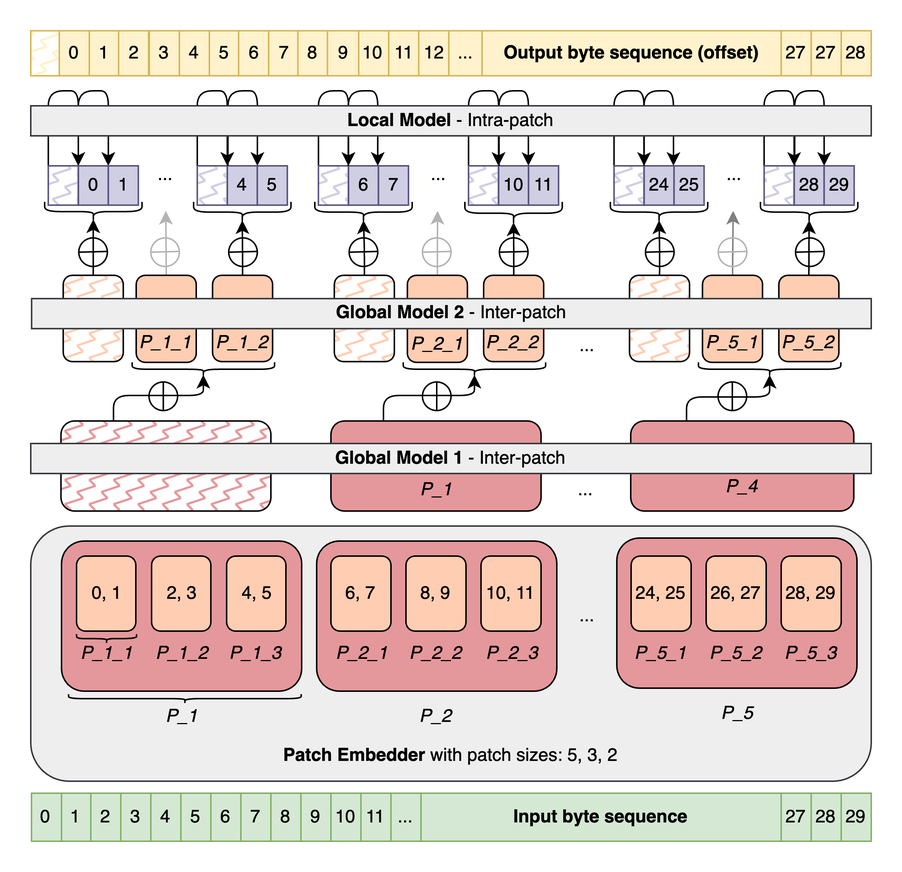
ai4sd/multiscale-byte-lm keeps this draw.io diagram as assets/mblm-lg.png. Above is the earlier version. Source tidied: cells renumbered, new cells last; positions are measured from the earlier drawing's top-left corner, leaving out a move shared by most shapes.
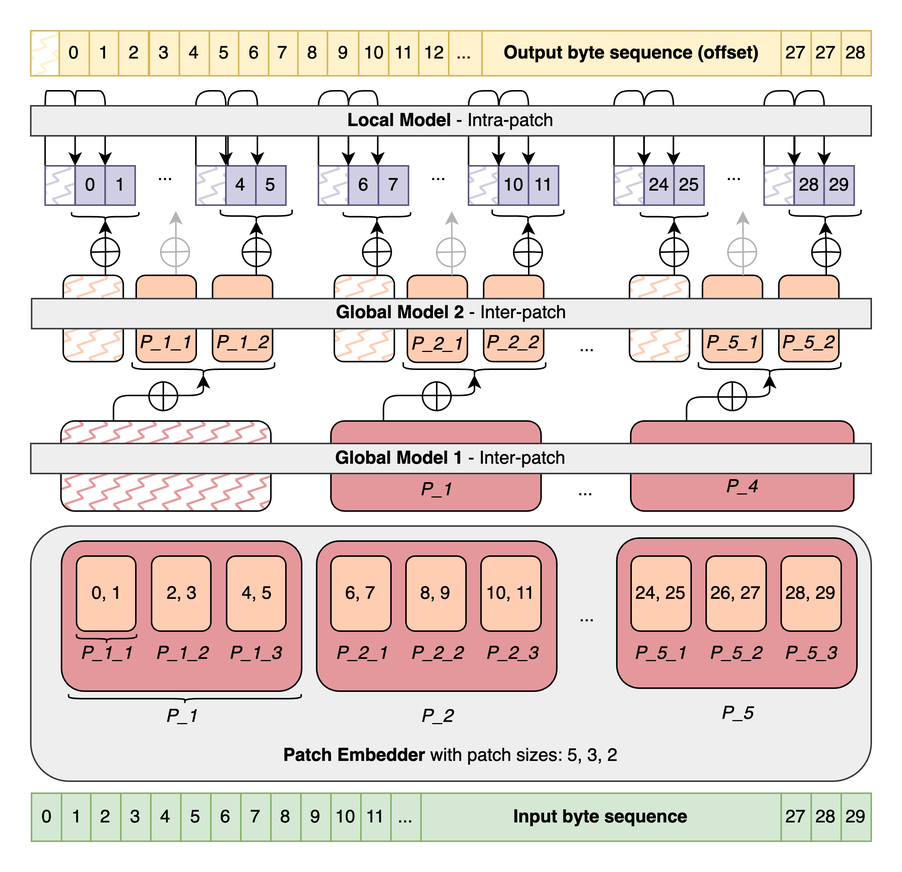
The same file after the commit.

The edit, as a diff of the source:
```diff
@@ -97,3 +97,3 @@
     </mxCell>
-    <mxCell id="28" style="edgeStyle=orthogonalEdgeStyle;html=1;exitX=0.5;exitY=0;exitDx=0;exitDy=0;entryX=0.1;entryY=0.5;entryDx=0;entryDy=0;entryPerimeter=0;strokeColor=#000000;" parent="1" edge="1" source="29" target="102">
+    <mxCell id="28" style="edgeStyle=orthogonalEdgeStyle;html=1;entryX=0.1;entryY=0.5;entryDx=0;entryDy=0;entryPerimeter=0;strokeColor=#000000;exitX=0.703;exitY=0.004;exitDx=0;exitDy=0;exitPerimeter=0;" parent="1" edge="1" source="29" target="102">
       <mxGeometry relative="1" as="geometry" />
@@ -103,3 +103,3 @@
     </mxCell>
-    <mxCell id="30" style="edgeStyle=orthogonalEdgeStyle;html=1;exitX=0.5;exitY=0;exitDx=0;exitDy=0;entryX=0.1;entryY=0.5;entryDx=0;entryDy=0;entryPerimeter=0;strokeColor=#000000;" parent="1" edge="1" source="31" target="103">
+    <mxCell id="30" style="edgeStyle=orthogonalEdgeStyle;html=1;exitX=0.728;exitY=0.001;exitDx=0;exitDy=0;entryX=0.1;entryY=0.5;entryDx=0;entryDy=0;entryPerimeter=0;strokeColor=#000000;exitPerimeter=0;" parent="1" edge="1" source="31" target="103">
       <mxGeometry relative="1" as="geometry" />
@@ -109,5 +109,5 @@
     </mxCell>
-    <mxCell id="32" style="edgeStyle=none;html=1;exitX=0.5;exitY=0;exitDx=0;exitDy=0;strokeColor=#B3B3B3;" parent="1" edge="1" source="33">
+    <mxCell id="32" style="edgeStyle=none;html=1;exitX=0.664;exitY=-0.002;exitDx=0;exitDy=0;strokeColor=#B3B3B3;exitPerimeter=0;" parent="1" edge="1" source="33">
       <mxGeometry relative="1" as="geometry">
-        <mxPoint x="90" y="120" as="targetPoint" />
+        <mxPoint x="96.6" y="120" as="targetPoint" />
       </mxGeometry>
@@ -210,5 +210,2 @@
     </mxCell>
-    <mxCell id="65" style="edgeStyle=orthogonalEdgeStyle;html=1;exitX=0.5;exitY=0;exitDx=0;exitDy=0;entryX=0.1;entryY=0.5;entryDx=0;entryDy=0;entryPerimeter=0;strokeColor=#000000;" parent="1" edge="1" source="66" target="122">
-      <mxGeometry relative="1" as="geometry" />
-    </mxCell>
     <mxCell id="66" style="rounded=1;whiteSpace=wrap;html=1;fillColor=#ffcdb2;strokeColor=#000000;fontColor=#000000;gradientColor=none;gradientDirection=west;fillStyle=zigzag-line;" parent="1" vertex="1">
@@ -216,5 +213,2 @@
     </mxCell>
-    <mxCell id="67" style="edgeStyle=orthogonalEdgeStyle;html=1;exitX=0.5;exitY=0;exitDx=0;exitDy=0;entryX=0.1;entryY=0.5;entryDx=0;entryDy=0;entryPerimeter=0;strokeColor=#000000;" parent="1" edge="1" source="68" target="123">
-      <mxGeometry relative="1" as="geometry" />
-    </mxCell>
     <mxCell id="68" style="rounded=1;whiteSpace=wrap;html=1;fillColor=#ffcdb2;strokeColor=#000000;fontColor=#000000;" parent="1" vertex="1">
@@ -222,7 +216,2 @@
     </mxCell>
-    <mxCell id="69" style="edgeStyle=none;html=1;exitX=0.5;exitY=0;exitDx=0;exitDy=0;strokeColor=#B3B3B3;" parent="1" edge="1" source="70">
-      <mxGeometry relative="1" as="geometry">
-        <mxPoint x="271" y="120" as="targetPoint" />
-      </mxGeometry>
-    </mxCell>
     <mxCell id="70" style="rounded=1;whiteSpace=wrap;html=1;fillColor=#ffcdb2;strokeColor=#000000;fontColor=#000000;" parent="1" vertex="1">
@@ -239,5 +228,2 @@
     </mxCell>
-    <mxCell id="74" style="edgeStyle=orthogonalEdgeStyle;html=1;exitX=0.5;exitY=0;exitDx=0;exitDy=0;entryX=0.1;entryY=0.5;entryDx=0;entryDy=0;entryPerimeter=0;strokeColor=#000000;" parent="1" edge="1" source="75" target="124">
-      <mxGeometry relative="1" as="geometry" />
-    </mxCell>
     <mxCell id="75" style="rounded=1;whiteSpace=wrap;html=1;fillColor=#ffcdb2;strokeColor=#000000;fontColor=#000000;gradientColor=none;gradientDirection=west;fillStyle=zigzag-line;" parent="1" vertex="1">
@@ -245,5 +231,2 @@
     </mxCell>
-    <mxCell id="76" style="edgeStyle=orthogonalEdgeStyle;html=1;exitX=0.5;exitY=0;exitDx=0;exitDy=0;entryX=0.1;entryY=0.5;entryDx=0;entryDy=0;entryPerimeter=0;strokeColor=#000000;" parent="1" edge="1" source="77" target="125">
-      <mxGeometry relative="1" as="geometry" />
-    </mxCell>
     <mxCell id="77" style="rounded=1;whiteSpace=wrap;html=1;fillColor=#ffcdb2;strokeColor=#000000;fontColor=#000000;" parent="1" vertex="1">
@@ -251,7 +234,2 @@
     </mxCell>
-    <mxCell id="78" style="edgeStyle=none;html=1;exitX=0.5;exitY=0;exitDx=0;exitDy=0;strokeColor=#808080;" parent="1" edge="1" source="79">
-      <mxGeometry relative="1" as="geometry">
-        <mxPoint x="468" y="120" as="targetPoint" />
-      </mxGeometry>
-    </mxCell>
     <mxCell id="79" style="rounded=1;whiteSpace=wrap;html=1;fillColor=#ffcdb2;strokeColor=#000000;fontColor=#000000;" parent="1" vertex="1">
@@ -310,6 +288,6 @@
     <mxCell id="91" value="0" style="rounded=0;whiteSpace=wrap;html=1;fillColor=#d0cee2;strokeColor=#56517e;fontColor=#000000;" parent="1" vertex="1">
-      <mxGeometry x="31.7" y="90" width="20" height="26.2" as="geometry" />
+      <mxGeometry x="29.6" y="90" width="20" height="26.2" as="geometry" />
     </mxCell>
     <mxCell id="92" value="1" style="rounded=0;whiteSpace=wrap;html=1;fillColor=#d0cee2;strokeColor=#56517e;fontColor=#000000;" parent="1" vertex="1">
-      <mxGeometry x="51.7" y="90" width="20" height="26.2" as="geometry" />
+      <mxGeometry x="49.6" y="90" width="20" height="26.2" as="geometry" />
     </mxCell>
@@ -324,9 +302,9 @@
     <mxCell id="94" style="rounded=0;whiteSpace=wrap;html=1;fillColor=#d0cee2;strokeColor=#56517e;fillStyle=zigzag-line;fontColor=#000000;" parent="1" vertex="1">
-      <mxGeometry x="11.7" y="90" width="20" height="26.2" as="geometry" />
+      <mxGeometry x="9.6" y="90" width="20" height="26.2" as="geometry" />
     </mxCell>
     <mxCell id="95" value="4" style="rounded=0;whiteSpace=wrap;html=1;fillColor=#d0cee2;strokeColor=#56517e;fontColor=#000000;" parent="1" vertex="1">
-      <mxGeometry x="130.9" y="90" width="20" height="26.2" as="geometry" />
+      <mxGeometry x="130" y="90" width="20" height="26.2" as="geometry" />
     </mxCell>
     <mxCell id="96" value="5" style="rounded=0;whiteSpace=wrap;html=1;fillColor=#d0cee2;strokeColor=#56517e;fontColor=#000000;" parent="1" vertex="1">
-      <mxGeometry x="150.9" y="90" width="20" height="26.2" as="geometry" />
+      <mxGeometry x="150" y="90" width="20" height="26.2" as="geometry" />
     </mxCell>
@@ -341,3 +319,3 @@
     <mxCell id="98" style="rounded=0;whiteSpace=wrap;html=1;fillColor=#d0cee2;strokeColor=#56517e;fillStyle=zigzag-line;fontColor=#000000;" parent="1" vertex="1">
-      <mxGeometry x="110.9" y="90" width="20" height="26.2" as="geometry" />
+      <mxGeometry x="110" y="90" width="20" height="26.2" as="geometry" />
     </mxCell>
@@ -346,17 +324,7 @@
     </mxCell>
-    <mxCell id="100" style="ellipse;whiteSpace=wrap;html=1;rounded=1;sketch=0;fillColor=none;strokeColor=#000000;" parent="1" vertex="1">
-      <mxGeometry x="32" y="138" width="19" height="19" as="geometry" />
-    </mxCell>
-    <mxCell id="101" style="endArrow=none;html=1;strokeColor=#000000;entryX=1;entryY=0.5;entryDx=0;entryDy=0;exitX=0;exitY=0.5;exitDx=0;exitDy=0;" parent="1" edge="1" source="100" target="100">
-      <mxGeometry relative="1" as="geometry">
-        <Array as="points">
-          <mxPoint x="51" y="147" />
-        </Array>
-      </mxGeometry>
-    </mxCell>
     <mxCell id="102" style="shape=curlyBracket;whiteSpace=wrap;html=1;rounded=1;flipH=1;labelPosition=right;verticalLabelPosition=middle;align=left;verticalAlign=middle;fontColor=#000000;strokeColor=#000000;rotation=90;" parent="1" vertex="1">
-      <mxGeometry x="35.2" y="88" width="13" height="64.9" as="geometry" />
+      <mxGeometry x="46.6" y="101.5" width="6.1" height="44.8" as="geometry" />
     </mxCell>
     <mxCell id="103" style="shape=curlyBracket;whiteSpace=wrap;html=1;rounded=1;flipH=1;labelPosition=right;verticalLabelPosition=middle;align=left;verticalAlign=middle;fontColor=#000000;strokeColor=#000000;rotation=90;" parent="1" vertex="1">
-      <mxGeometry x="134.1" y="88.4" width="13.7" height="64.9" as="geometry" />
+      <mxGeometry x="146" y="99.5" width="8.5" height="47.8" as="geometry" />
     </mxCell>
@@ -436,14 +404,2 @@
     </mxCell>
-    <mxCell id="122" style="shape=curlyBracket;whiteSpace=wrap;html=1;rounded=1;flipH=1;labelPosition=right;verticalLabelPosition=middle;align=left;verticalAlign=middle;fontColor=#000000;strokeColor=#000000;rotation=90;" parent="1" vertex="1">
-      <mxGeometry x="214.8" y="88.4" width="13.7" height="64.9" as="geometry" />
-    </mxCell>
-    <mxCell id="123" style="shape=curlyBracket;whiteSpace=wrap;html=1;rounded=1;flipH=1;labelPosition=right;verticalLabelPosition=middle;align=left;verticalAlign=middle;fontColor=#000000;strokeColor=#000000;rotation=90;" parent="1" vertex="1">
-      <mxGeometry x="314.1" y="89.1" width="15.2" height="64.9" as="geometry" />
-    </mxCell>
-    <mxCell id="124" style="shape=curlyBracket;whiteSpace=wrap;html=1;rounded=1;flipH=1;labelPosition=right;verticalLabelPosition=middle;align=left;verticalAlign=middle;fontColor=#000000;strokeColor=#000000;rotation=90;" parent="1" vertex="1">
-      <mxGeometry x="411.8" y="88.4" width="13.7" height="64.9" as="geometry" />
-    </mxCell>
-    <mxCell id="125" style="shape=curlyBracket;whiteSpace=wrap;html=1;rounded=1;flipH=1;labelPosition=right;verticalLabelPosition=middle;align=left;verticalAlign=middle;fontColor=#000000;strokeColor=#000000;rotation=90;" parent="1" vertex="1">
-      <mxGeometry x="511.8" y="88.4" width="13.7" height="64.9" as="geometry" />
-    </mxCell>
     <mxCell id="126" value="0" style="rounded=0;whiteSpace=wrap;html=1;fillColor=#fff2cc;strokeColor=#d6b656;fontColor=#000000;" parent="1" vertex="1">
@@ -512,3 +468,3 @@
     <mxCell id="147" style="ellipse;whiteSpace=wrap;html=1;rounded=1;sketch=0;fillColor=none;strokeColor=#B3B3B3;" parent="1" vertex="1">
-      <mxGeometry x="80" y="138" width="19" height="19" as="geometry" />
+      <mxGeometry x="86.6" y="138" width="19" height="19" as="geometry" />
     </mxCell>
@@ -517,3 +473,3 @@
         <Array as="points">
-          <mxPoint x="98.9" y="147" />
+          <mxPoint x="105.6" y="147" />
         </Array>
@@ -528,3 +484,3 @@
     <mxCell id="151" style="ellipse;whiteSpace=wrap;html=1;rounded=1;sketch=0;fillColor=none;strokeColor=#000000;" parent="1" vertex="1">
-      <mxGeometry x="131.9" y="138" width="19" height="19" as="geometry" />
+      <mxGeometry x="141" y="138" width="19" height="19" as="geometry" />
     </mxCell>
@@ -533,3 +489,3 @@
         <Array as="points">
-          <mxPoint x="150.9" y="147" />
+          <mxPoint x="149.9" y="147" />
         </Array>
@@ -537,62 +493,2 @@
     </mxCell>
-    <mxCell id="153" style="ellipse;whiteSpace=wrap;html=1;rounded=1;sketch=0;fillColor=none;strokeColor=#B3B3B3;" parent="1" vertex="1">
-      <mxGeometry x="261" y="138" width="19" height="19" as="geometry" />
-    </mxCell>
-    <mxCell id="154" style="endArrow=none;html=1;strokeColor=#B3B3B3;entryX=1;entryY=0.5;entryDx=0;entryDy=0;exitX=0;exitY=0.5;exitDx=0;exitDy=0;" parent="1" edge="1" source="153" target="153">
-      <mxGeometry relative="1" as="geometry">
-        <Array as="points">
-          <mxPoint x="279.9" y="147" />
-        </Array>
-      </mxGeometry>
-    </mxCell>
-    <mxCell id="155" style="ellipse;whiteSpace=wrap;html=1;rounded=1;sketch=0;fillColor=none;strokeColor=#B3B3B3;" parent="1" vertex="1">
-      <mxGeometry x="458.1" y="138" width="19" height="19" as="geometry" />
-    </mxCell>
-    <mxCell id="156" style="endArrow=none;html=1;strokeColor=#B3B3B3;entryX=1;entryY=0.5;entryDx=0;entryDy=0;exitX=0;exitY=0.5;exitDx=0;exitDy=0;" parent="1" edge="1" source="155" target="155">
-      <mxGeometry relative="1" as="geometry">
-        <Array as="points">
-          <mxPoint x="477" y="147" />
-        </Array>
-      </mxGeometry>
-    </mxCell>
-    <mxCell id="157" style="ellipse;whiteSpace=wrap;html=1;rounded=1;sketch=0;fillColor=none;strokeColor=#000000;" parent="1" vertex="1">
-      <mxGeometry x="212.1" y="138" width="19" height="19" as="geometry" />
-    </mxCell>
-    <mxCell id="158" style="endArrow=none;html=1;strokeColor=#000000;entryX=1;entryY=0.5;entryDx=0;entryDy=0;exitX=0;exitY=0.5;exitDx=0;exitDy=0;" parent="1" edge="1" source="157" target="157">
-      <mxGeometry relative="1" as="geometry">
-        <Array as="points">
-          <mxPoint x="231.1" y="147" />
-        </Array>
-      </mxGeometry>
-    </mxCell>
-    <mxCell id="159" style="ellipse;whiteSpace=wrap;html=1;rounded=1;sketch=0;fillColor=none;strokeColor=#000000;" parent="1" vertex="1">
-      <mxGeometry x="312.3" y="138" width="19" height="19" as="geometry" />
-    </mxCell>
-    <mxCell id="160" style="endArrow=none;html=1;strokeColor=#000000;entryX=1;entryY=0.5;entryDx=0;entryDy=0;exitX=0;exitY=0.5;exitDx=0;exitDy=0;" parent="1" edge="1" source="159" target="159">
-      <mxGeometry relative="1" as="geometry">
-        <Array as="points">
-          <mxPoint x="331.2" y="147" />
-        </Array>
-      </mxGeometry>
-    </mxCell>
-    <mxCell id="161" style="ellipse;whiteSpace=wrap;html=1;rounded=1;sketch=0;fillColor=none;strokeColor=#000000;" parent="1" vertex="1">
-      <mxGeometry x="409.6" y="138" width="19" height="19" as="geometry" />
-    </mxCell>
-    <mxCell id="162" style="endArrow=none;html=1;strokeColor=#000000;entryX=1;entryY=0.5;entryDx=0;entryDy=0;exitX=0;exitY=0.5;exitDx=0;exitDy=0;" parent="1" edge="1" source="161" target="161">
-      <mxGeometry relative="1" as="geometry">
-        <Array as="points">
-          <mxPoint x="428.5" y="147" />
-        </Array>
-      </mxGeometry>
-    </mxCell>
-    <mxCell id="163" style="ellipse;whiteSpace=wrap;html=1;rounded=1;sketch=0;fillColor=none;strokeColor=#000000;" parent="1" vertex="1">
-      <mxGeometry x="509.6" y="138" width="19" height="19" as="geometry" />
-    </mxCell>
-    <mxCell id="164" style="endArrow=none;html=1;strokeColor=#000000;entryX=1;entryY=0.5;entryDx=0;entryDy=0;exitX=0;exitY=0.5;exitDx=0;exitDy=0;" parent="1" edge="1" source="163" target="163">
-      <mxGeometry relative="1" as="geometry">
-        <Array as="points">
-          <mxPoint x="528.5" y="147" />
-        </Array>
-      </mxGeometry>
-    </mxCell>
     <mxCell id="165" style="edgeStyle=orthogonalEdgeStyle;html=1;exitX=0;exitY=0;exitDx=0;exitDy=0;strokeColor=#000000;" parent="1" edge="1">
@@ -656,2 +552,114 @@
     </mxCell>
+    <mxCell id="173" style="ellipse;whiteSpace=wrap;html=1;rounded=1;sketch=0;fillColor=none;strokeColor=#000000;" parent="1" vertex="1">
+      <mxGeometry x="40.1" y="138" width="19" height="19" as="geometry" />
+    </mxCell>
+    <mxCell id="174" style="endArrow=none;html=1;strokeColor=#000000;entryX=1;entryY=0.5;entryDx=0;entryDy=0;exitX=0;exitY=0.5;exitDx=0;exitDy=0;" parent="1" edge="1" source="173" target="173">
+      <mxGeometry relative="1" as="geometry">
+        <Array as="points">
+          <mxPoint x="59" y="147" />
+        </Array>
+      </mxGeometry>
+    </mxCell>
+    <mxCell id="175" style="edgeStyle=orthogonalEdgeStyle;html=1;entryX=0.1;entryY=0.5;entryDx=0;entryDy=0;entryPerimeter=0;strokeColor=#000000;exitX=0.703;exitY=0.004;exitDx=0;exitDy=0;exitPerimeter=0;" parent="1" edge="1" target="177">
+      <mxGeometry relative="1" as="geometry">
+        <mxPoint x="230.8" y="163.2" as="sourcePoint" />
+      </mxGeometry>
+    </mxCell>
+    <mxCell id="176" style="edgeStyle=orthogonalEdgeStyle;html=1;exitX=0.75;exitY=0;exitDx=0;exitDy=0;entryX=0.1;entryY=0.5;entryDx=0;entryDy=0;entryPerimeter=0;strokeColor=#000000;" parent="1" edge="1" source="68" target="178">
+      <mxGeometry relative="1" as="geometry" />
+    </mxCell>
+    <mxCell id="177" style="shape=curlyBracket;whiteSpace=wrap;html=1;rounded=1;flipH=1;labelPosition=right;verticalLabelPosition=middle;align=left;verticalAlign=middle;fontColor=#000000;strokeColor=#000000;rotation=90;" parent="1" vertex="1">
+      <mxGeometry x="227.6" y="101.5" width="6.1" height="44.8" as="geometry" />
+    </mxCell>
+    <mxCell id="178" style="shape=curlyBracket;whiteSpace=wrap;html=1;rounded=1;flipH=1;labelPosition=right;verticalLabelPosition=middle;align=left;verticalAlign=middle;fontColor=#000000;strokeColor=#000000;rotation=90;" parent="1" vertex="1">
+      <mxGeometry x="327.1" y="99.5" width="8.5" height="47.8" as="geometry" />
+    </mxCell>
+    <mxCell id="179" style="ellipse;whiteSpace=wrap;html=1;rounded=1;sketch=0;fillColor=none;strokeColor=#000000;" parent="1" vertex="1">
+      <mxGeometry x="321.8" y="138.1" width="19" height="19" as="geometry" />
+    </mxCell>
+    <mxCell id="180" style="endArrow=none;html=1;strokeColor=#000000;entryX=1;entryY=0.5;entryDx=0;entryDy=0;exitX=0;exitY=0.5;exitDx=0;exitDy=0;" parent="1" edge="1" source="179" target="179">
+      <mxGeometry relative="1" as="geometry">
+        <Array as="points">
+          <mxPoint x="330.7" y="147.2" />
+        </Array>
+      </mxGeometry>
+    </mxCell>
+    <mxCell id="181" style="ellipse;whiteSpace=wrap;html=1;rounded=1;sketch=0;fillColor=none;strokeColor=#000000;" parent="1" vertex="1">
+      <mxGeometry x="221.1" y="138" width="19" height="19" as="geometry" />
+    </mxCell>
+    <mxCell id="182" style="endArrow=none;html=1;strokeColor=#000000;entryX=1;entryY=0.5;entryDx=0;entryDy=0;exitX=0;exitY=0.5;exitDx=0;exitDy=0;" parent="1" edge="1" source="181" target="181">
+      <mxGeometry relative="1" as="geometry">
+        <Array as="points">
+          <mxPoint x="240.1" y="147" />
+        </Array>
+      </mxGeometry>
+    </mxCell>
+    <mxCell id="183" style="edgeStyle=orthogonalEdgeStyle;html=1;entryX=0.1;entryY=0.5;entryDx=0;entryDy=0;entryPerimeter=0;strokeColor=#000000;exitX=0.703;exitY=0.004;exitDx=0;exitDy=0;exitPerimeter=0;" parent="1" edge="1" target="185">
+      <mxGeometry relative="1" as="geometry">
+        <mxPoint x="428.8" y="163.2" as="sourcePoint" />
+      </mxGeometry>
+    </mxCell>
+    <mxCell id="184" style="edgeStyle=orthogonalEdgeStyle;html=1;entryX=0.1;entryY=0.5;entryDx=0;entryDy=0;entryPerimeter=0;strokeColor=#000000;" parent="1" edge="1" target="186">
+      <mxGeometry relative="1" as="geometry">
+        <mxPoint x="530" y="163" as="sourcePoint" />
+      </mxGeometry>
+    </mxCell>
+    <mxCell id="185" style="shape=curlyBracket;whiteSpace=wrap;html=1;rounded=1;flipH=1;labelPosition=right;verticalLabelPosition=middle;align=left;verticalAlign=middle;fontColor=#000000;strokeColor=#000000;rotation=90;" parent="1" vertex="1">
+      <mxGeometry x="425.6" y="101.5" width="6.1" height="44.8" as="geometry" />
+    </mxCell>
+    <mxCell id="186" style="shape=curlyBracket;whiteSpace=wrap;html=1;rounded=1;flipH=1;labelPosition=right;verticalLabelPosition=middle;align=left;verticalAlign=middle;fontColor=#000000;strokeColor=#000000;rotation=90;" parent="1" vertex="1">
+      <mxGeometry x="525.1" y="99.5" width="8.5" height="47.8" as="geometry" />
+    </mxCell>
+    <mxCell id="187" style="ellipse;whiteSpace=wrap;html=1;rounded=1;sketch=0;fillColor=none;strokeColor=#000000;" parent="1" vertex="1">
+      <mxGeometry x="520.5" y="138.1" width="19" height="19" as="geometry" />
+    </mxCell>
+    <mxCell id="188" style="endArrow=none;html=1;strokeColor=#000000;entryX=1;entryY=0.5;entryDx=0;entryDy=0;exitX=0;exitY=0.5;exitDx=0;exitDy=0;" parent="1" edge="1" source="187" target="187">
+      <mxGeometry relative="1" as="geometry">
+        <Array as="points">
+          <mxPoint x="529.4" y="147.2" />
+        </Array>
+      </mxGeometry>
+    </mxCell>
+    <mxCell id="189" style="ellipse;whiteSpace=wrap;html=1;rounded=1;sketch=0;fillColor=none;strokeColor=#000000;" parent="1" vertex="1">
+      <mxGeometry x="419.1" y="138" width="19" height="19" as="geometry" />
+    </mxCell>
+    <mxCell id="190" style="endArrow=none;html=1;strokeColor=#000000;entryX=1;entryY=0.5;entryDx=0;entryDy=0;exitX=0;exitY=0.5;exitDx=0;exitDy=0;" parent="1" edge="1" source="189" target="189">
+      <mxGeometry relative="1" as="geometry">
+        <Array as="points">
+          <mxPoint x="438.1" y="147" />
+        </Array>
+      </mxGeometry>
+    </mxCell>
+    <mxCell id="191" style="edgeStyle=none;html=1;exitX=0.664;exitY=-0.002;exitDx=0;exitDy=0;strokeColor=#B3B3B3;exitPerimeter=0;" parent="1" edge="1">
+      <mxGeometry relative="1" as="geometry">
+        <mxPoint x="280.7" y="163" as="sourcePoint" />
+        <mxPoint x="280.5" y="120.1" as="targetPoint" />
+      </mxGeometry>
+    </mxCell>
+    <mxCell id="192" style="ellipse;whiteSpace=wrap;html=1;rounded=1;sketch=0;fillColor=none;strokeColor=#B3B3B3;" parent="1" vertex="1">
+      <mxGeometry x="270.5" y="138.1" width="19" height="19" as="geometry" />
+    </mxCell>
+    <mxCell id="193" style="endArrow=none;html=1;strokeColor=#B3B3B3;entryX=1;entryY=0.5;entryDx=0;entryDy=0;exitX=0;exitY=0.5;exitDx=0;exitDy=0;" parent="1" edge="1" source="192" target="192">
+      <mxGeometry relative="1" as="geometry">
+        <Array as="points">
+          <mxPoint x="289.4" y="147.2" />
+        </Array>
+      </mxGeometry>
+    </mxCell>
+    <mxCell id="194" style="edgeStyle=none;html=1;exitX=0.664;exitY=-0.002;exitDx=0;exitDy=0;strokeColor=#B3B3B3;exitPerimeter=0;" parent="1" edge="1">
+      <mxGeometry relative="1" as="geometry">
+        <mxPoint x="474.7" y="163" as="sourcePoint" />
+        <mxPoint x="474.5" y="120.1" as="targetPoint" />
+      </mxGeometry>
+    </mxCell>
+    <mxCell id="195" style="ellipse;whiteSpace=wrap;html=1;rounded=1;sketch=0;fillColor=none;strokeColor=#B3B3B3;" parent="1" vertex="1">
+      <mxGeometry x="464.5" y="138.1" width="19" height="19" as="geometry" />
+    </mxCell>
+    <mxCell id="196" style="endArrow=none;html=1;strokeColor=#B3B3B3;entryX=1;entryY=0.5;entryDx=0;entryDy=0;exitX=0;exitY=0.5;exitDx=0;exitDy=0;" parent="1" edge="1" source="195" target="195">
+      <mxGeometry relative="1" as="geometry">
+        <Array as="points">
+          <mxPoint x="483.4" y="147.2" />
+        </Array>
+      </mxGeometry>
+    </mxCell>
   </root>
```
